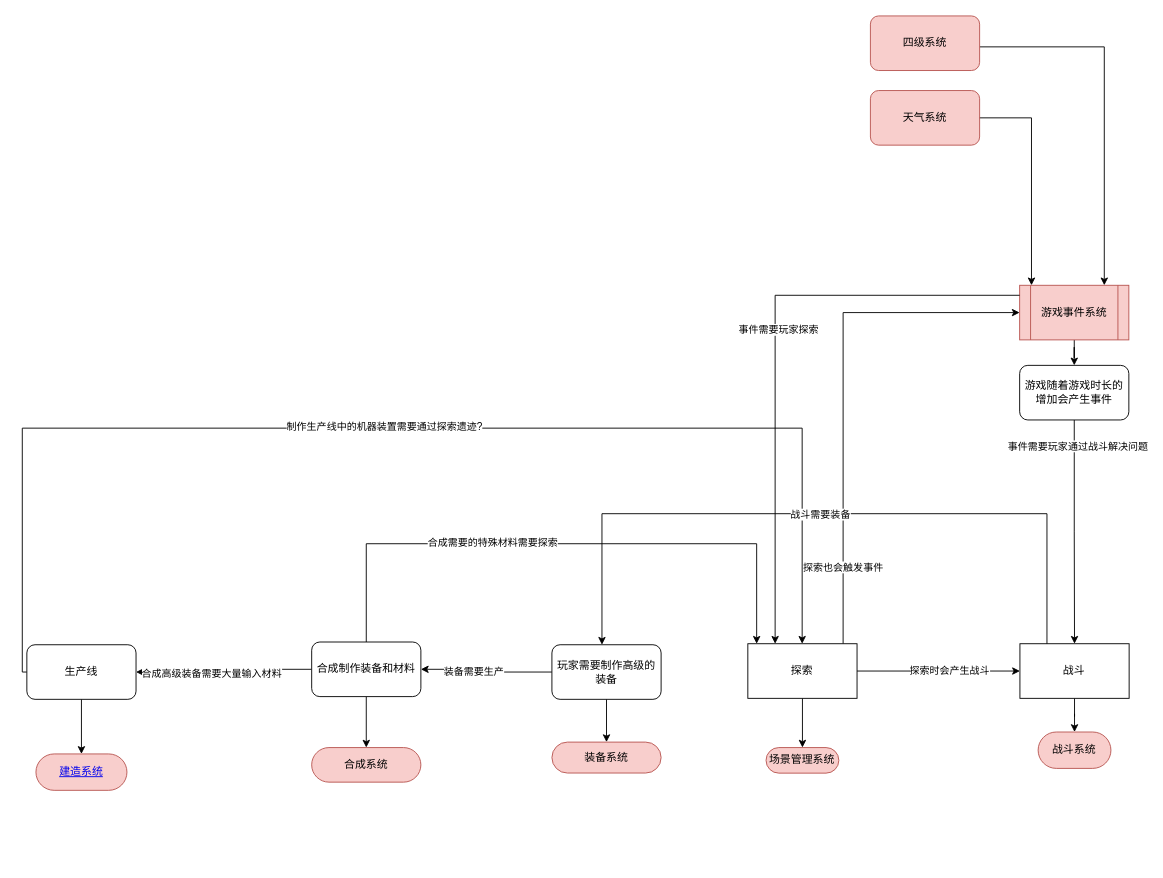
Before: page "系统循环架构总览" (1 of 11) of 开发文档文件夹/游戏系统总览.drawio in XDIOEZ/TerraFlat, a draw.io diagram. Source tidied: cells renumbered, new cells numbered last; positions are measured from the earlier drawing's top-left corner, leaving out a move shared by most shapes. Both pictures are drawn from the tidied source at 91%, with x=0, y=0 at pixel (22, 15).
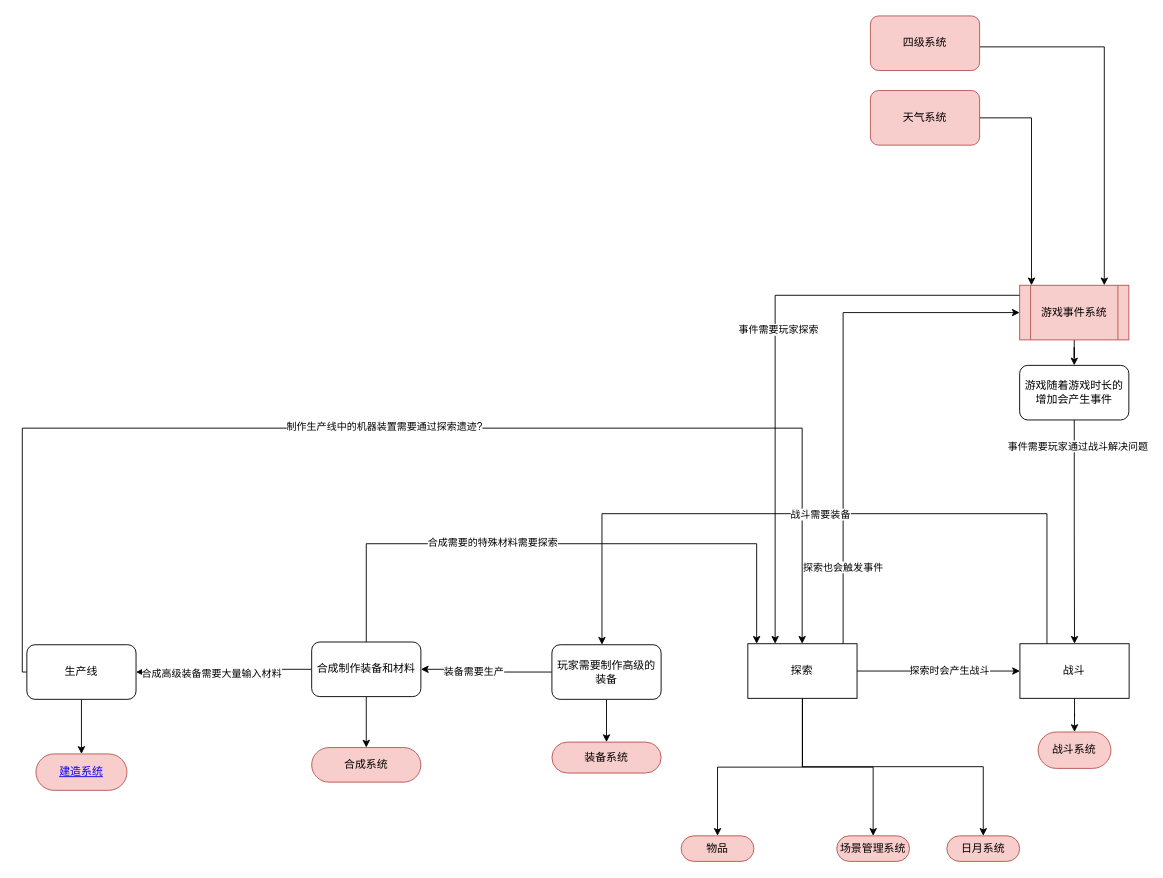
The same page after the edit.

Unchanged cells that the change refers to:
```xml
<mxCell id="17" value="探索" style="rounded=0;whiteSpace=wrap;html=1;" parent="1" vertex="1">
  <mxGeometry x="797.3" y="689.9" width="120" height="60" as="geometry" />
</mxCell>
```

What changed in the source:
```diff
@@
     <mxCell id="2" value="场景管理系统" style="rounded=1;whiteSpace=wrap;html=1;fillColor=#f8cecc;strokeColor=#b85450;arcSize=50;" parent="1" vertex="1">
-      <mxGeometry x="817.3" y="804" width="80" height="28.1" as="geometry" />
+      <mxGeometry x="895" y="901" width="80" height="28.1" as="geometry" />
     </mxCell>
@@
+    <mxCell id="44" style="edgeStyle=orthogonalEdgeStyle;rounded=0;jettySize=auto;html=1;" parent="1" edge="1" source="17" target="46">
+      <mxGeometry relative="1" as="geometry" />
+    </mxCell>
+    <mxCell id="45" style="edgeStyle=orthogonalEdgeStyle;rounded=0;jettySize=auto;html=1;" parent="1" edge="1" source="17" target="47">
+      <mxGeometry relative="1" as="geometry">
+        <Array as="points">
+          <mxPoint x="857" y="825" />
+          <mxPoint x="1056" y="825" />
+        </Array>
+      </mxGeometry>
+    </mxCell>
@@
+    <mxCell id="46" value="物品" style="rounded=1;whiteSpace=wrap;html=1;fillColor=#f8cecc;strokeColor=#b85450;arcSize=50;" parent="1" vertex="1">
+      <mxGeometry x="724" y="901" width="80" height="28.1" as="geometry" />
+    </mxCell>
+    <mxCell id="47" value="日月系统" style="rounded=1;whiteSpace=wrap;html=1;fillColor=#f8cecc;strokeColor=#b85450;arcSize=50;" parent="1" vertex="1">
+      <mxGeometry x="1016" y="901" width="80" height="28.1" as="geometry" />
+    </mxCell>
```
